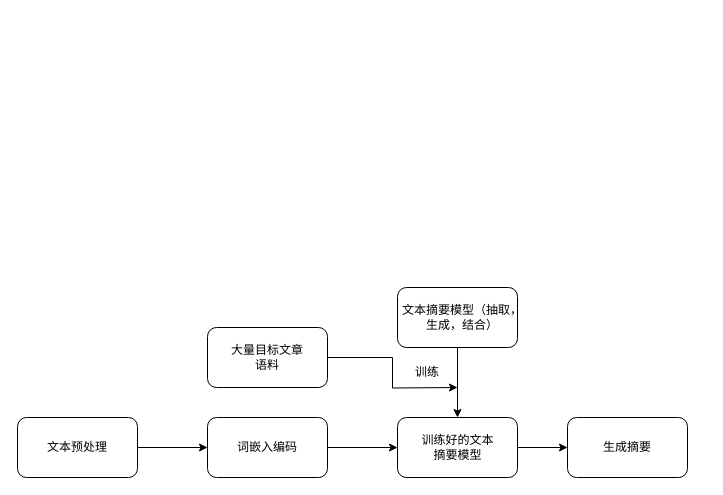
This is 未命名绘图.drawio from wan-wer/test, a draw.io file, before an edit. Source tidied: cells renumbered, new cells numbered last; positions are measured from the earlier drawing's top-left corner, leaving out a move shared by most shapes. Both pictures are drawn from the tidied source at 100%, with x=0, y=0 at pixel (17, 287).
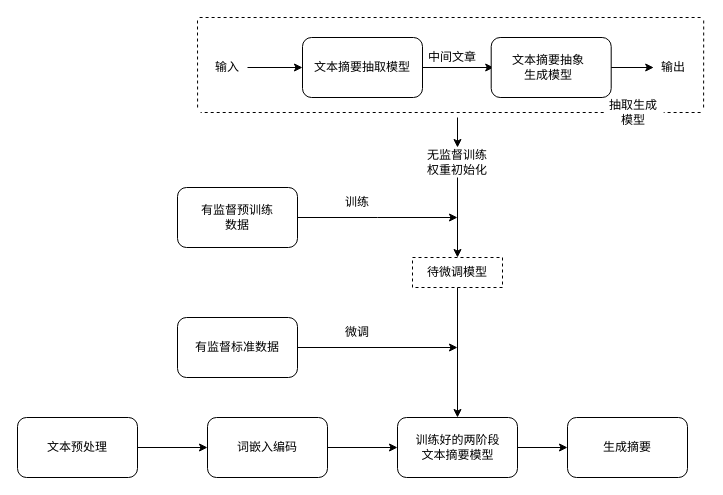
The same page after the edit.

Commit message:
摘要生成流程.drawio

The change refers to these unchanged cells:
```xml
<mxCell id="6" style="rounded=1;whiteSpace=wrap;html=1;" parent="1" vertex="1">
  <mxGeometry x="380" y="130" width="120" height="60" as="geometry" />
</mxCell>
```

Change to the diagram source:
```diff
@@
     <mxCell id="2" style="edgeStyle=orthogonalEdgeStyle;rounded=0;jettySize=auto;html=1;" parent="1" edge="1" source="3">
       <mxGeometry relative="1" as="geometry">
-        <mxPoint x="440" y="100" as="targetPoint" />
+        <mxPoint x="440" y="-70" as="targetPoint" />
       </mxGeometry>
     </mxCell>
     <mxCell id="3" style="rounded=1;whiteSpace=wrap;html=1;" parent="1" vertex="1">
-      <mxGeometry x="190" y="40" width="120" height="60" as="geometry" />
+      <mxGeometry x="160" y="-100" width="120" height="60" as="geometry" />
     </mxCell>
@@
-    <mxCell id="11" style="edgeStyle=orthogonalEdgeStyle;rounded=0;jettySize=auto;html=1;entryX=0.5;entryY=0;entryDx=0;entryDy=0;" parent="1" edge="1" source="12" target="6">
-      <mxGeometry relative="1" as="geometry" />
-    </mxCell>
+    <mxCell id="20" style="edgeStyle=orthogonalEdgeStyle;rounded=0;jettySize=auto;html=1;entryX=0;entryY=0.5;entryDx=0;entryDy=0;" parent="1" edge="1" source="12" target="22">
+      <mxGeometry relative="1" as="geometry" />
+    </mxCell>
     <mxCell id="12" style="rounded=1;whiteSpace=wrap;html=1;" parent="1" vertex="1">
-      <mxGeometry x="380" width="120" height="60" as="geometry" />
+      <mxGeometry x="285" y="-250" width="120" height="60" as="geometry" />
     </mxCell>
-    <mxCell id="13" value="文本摘要模型（抽取，生成，结合）" style="text;html=1;strokeColor=none;fillColor=none;align=center;verticalAlign=middle;whiteSpace=wrap;rounded=0;" parent="1" vertex="1">
-      <mxGeometry x="380" y="15" width="130" height="30" as="geometry" />
+    <mxCell id="13" value="文本摘要抽取模型" style="text;html=1;strokeColor=none;fillColor=none;align=center;verticalAlign=middle;whiteSpace=wrap;rounded=0;" parent="1" vertex="1">
+      <mxGeometry x="290" y="-235" width="110" height="30" as="geometry" />
     </mxCell>
-    <mxCell id="14" value="大量目标文章语料" style="text;html=1;strokeColor=none;fillColor=none;align=center;verticalAlign=middle;whiteSpace=wrap;rounded=0;" parent="1" vertex="1">
-      <mxGeometry x="210" y="55" width="80" height="30" as="geometry" />
+    <mxCell id="14" value="有监督预训练数据" style="text;html=1;strokeColor=none;fillColor=none;align=center;verticalAlign=middle;whiteSpace=wrap;rounded=0;" parent="1" vertex="1">
+      <mxGeometry x="180" y="-85" width="80" height="30" as="geometry" />
     </mxCell>
@@
-    <mxCell id="17" value="训练好的文本摘要模型" style="text;html=1;strokeColor=none;fillColor=none;align=center;verticalAlign=middle;whiteSpace=wrap;rounded=0;" parent="1" vertex="1">
-      <mxGeometry x="397.5" y="145" width="85" height="30" as="geometry" />
+    <mxCell id="17" value="训练好的两阶段文本摘要模型" style="text;html=1;strokeColor=none;fillColor=none;align=center;verticalAlign=middle;whiteSpace=wrap;rounded=0;" parent="1" vertex="1">
+      <mxGeometry x="393.8" y="145" width="92.5" height="30" as="geometry" />
     </mxCell>
@@
     <mxCell id="19" value="训练" style="text;html=1;strokeColor=none;fillColor=none;align=center;verticalAlign=middle;whiteSpace=wrap;rounded=0;" parent="1" vertex="1">
-      <mxGeometry x="380" y="70" width="60" height="30" as="geometry" />
+      <mxGeometry x="310" y="-100" width="60" height="30" as="geometry" />
     </mxCell>
+    <mxCell id="21" style="rounded=1;whiteSpace=wrap;html=1;" parent="1" vertex="1">
+      <mxGeometry x="473.7" y="-250" width="120" height="60" as="geometry" />
+    </mxCell>
+    <mxCell id="22" value="文本摘要抽象&lt;br&gt;生成模型" style="text;html=1;strokeColor=none;fillColor=none;align=center;verticalAlign=middle;whiteSpace=wrap;rounded=0;" parent="1" vertex="1">
+      <mxGeometry x="476.2" y="-235" width="110" height="30" as="geometry" />
+    </mxCell>
+    <mxCell id="23" style="endArrow=classic;html=1;rounded=0;" parent="1" edge="1">
+      <mxGeometry relative="1" as="geometry">
+        <mxPoint x="230" y="-220" as="sourcePoint" />
+        <mxPoint x="285" y="-220" as="targetPoint" />
+      </mxGeometry>
+    </mxCell>
+    <mxCell id="24" style="endArrow=classic;html=1;rounded=0;startArrow=none;" parent="1" edge="1" target="22">
+      <mxGeometry relative="1" as="geometry">
+        <mxPoint x="476.2" y="-226.5" as="sourcePoint" />
+      </mxGeometry>
+    </mxCell>
+    <mxCell id="25" style="endArrow=classic;html=1;rounded=0;exitX=1;exitY=0.5;exitDx=0;exitDy=0;" parent="1" edge="1" source="21">
+      <mxGeometry relative="1" as="geometry">
+        <mxPoint x="636.2" y="-220" as="targetPoint" />
+      </mxGeometry>
+    </mxCell>
+    <mxCell id="26" value="输入" style="text;html=1;strokeColor=none;fillColor=none;align=center;verticalAlign=middle;whiteSpace=wrap;rounded=0;" parent="1" vertex="1">
+      <mxGeometry x="180" y="-235" width="60" height="30" as="geometry" />
+    </mxCell>
+    <mxCell id="27" value="输出" style="text;html=1;strokeColor=none;fillColor=none;align=center;verticalAlign=middle;whiteSpace=wrap;rounded=0;" parent="1" vertex="1">
+      <mxGeometry x="626.2" y="-235" width="60" height="30" as="geometry" />
+    </mxCell>
+    <mxCell id="28" value="中间文章" style="text;html=1;strokeColor=none;fillColor=none;align=center;verticalAlign=middle;whiteSpace=wrap;rounded=0;" parent="1" vertex="1">
+      <mxGeometry x="405" y="-245" width="60" height="30" as="geometry" />
+    </mxCell>
+    <mxCell id="29" style="endArrow=none;dashed=1;html=1;rounded=0;" parent="1" edge="1">
+      <mxGeometry relative="1" as="geometry">
+        <mxPoint x="180.1" y="-180" as="sourcePoint" />
+        <mxPoint x="180" y="-267.5" as="targetPoint" />
+      </mxGeometry>
+    </mxCell>
+    <mxCell id="30" style="endArrow=none;dashed=1;html=1;rounded=0;" parent="1" edge="1">
+      <mxGeometry relative="1" as="geometry">
+        <mxPoint x="686.1" y="-180" as="sourcePoint" />
+        <mxPoint x="686.2" y="-267.5" as="targetPoint" />
+      </mxGeometry>
+    </mxCell>
+    <mxCell id="31" style="endArrow=none;dashed=1;html=1;rounded=0;startArrow=none;" parent="1" edge="1" source="33">
+      <mxGeometry relative="1" as="geometry">
+        <mxPoint x="183.1" y="-175" as="targetPoint" />
+      </mxGeometry>
+    </mxCell>
+    <mxCell id="32" style="endArrow=none;dashed=1;html=1;rounded=0;" parent="1" edge="1">
+      <mxGeometry relative="1" as="geometry">
+        <mxPoint x="683.1" y="-270" as="sourcePoint" />
+        <mxPoint x="180" y="-270" as="targetPoint" />
+      </mxGeometry>
+    </mxCell>
+    <mxCell id="33" value="抽取生成模型" style="text;html=1;strokeColor=none;fillColor=none;align=center;verticalAlign=middle;whiteSpace=wrap;rounded=0;" parent="1" vertex="1">
+      <mxGeometry x="586.2" y="-190" width="60" height="30" as="geometry" />
+    </mxCell>
+    <mxCell id="34" style="endArrow=none;dashed=1;html=1;rounded=0;" parent="1" edge="1" target="33">
+      <mxGeometry relative="1" as="geometry">
+        <mxPoint x="683.1" y="-175" as="sourcePoint" />
+      </mxGeometry>
+    </mxCell>
+    <mxCell id="35" value="无监督训练权重初始化" style="text;html=1;strokeColor=none;fillColor=none;align=center;verticalAlign=middle;whiteSpace=wrap;rounded=0;" parent="1" vertex="1">
+      <mxGeometry x="405" y="-140" width="70" height="30" as="geometry" />
+    </mxCell>
+    <mxCell id="36" style="edgeStyle=orthogonalEdgeStyle;rounded=0;orthogonalLoop=1;jettySize=auto;html=1;" parent="1" edge="1">
+      <mxGeometry relative="1" as="geometry">
+        <mxPoint x="280" y="60" as="sourcePoint" />
+        <mxPoint x="440" y="60" as="targetPoint" />
+      </mxGeometry>
+    </mxCell>
+    <mxCell id="37" style="rounded=1;whiteSpace=wrap;html=1;" parent="1" vertex="1">
+      <mxGeometry x="160" y="30" width="120" height="60" as="geometry" />
+    </mxCell>
+    <mxCell id="38" value="有监督标准数据" style="text;html=1;strokeColor=none;fillColor=none;align=center;verticalAlign=middle;whiteSpace=wrap;rounded=0;" parent="1" vertex="1">
+      <mxGeometry x="175" y="45" width="90" height="30" as="geometry" />
+    </mxCell>
+    <mxCell id="39" value="微调" style="text;html=1;strokeColor=none;fillColor=none;align=center;verticalAlign=middle;whiteSpace=wrap;rounded=0;" parent="1" vertex="1">
+      <mxGeometry x="310" y="30" width="60" height="30" as="geometry" />
+    </mxCell>
+    <mxCell id="40" style="endArrow=classic;html=1;rounded=0;" parent="1" edge="1">
+      <mxGeometry relative="1" as="geometry">
+        <mxPoint x="440" y="-170" as="sourcePoint" />
+        <mxPoint x="440" y="-140" as="targetPoint" />
+      </mxGeometry>
+    </mxCell>
+    <mxCell id="41" style="endArrow=classic;html=1;rounded=0;exitX=0.5;exitY=1;exitDx=0;exitDy=0;" parent="1" edge="1" source="35">
+      <mxGeometry relative="1" as="geometry">
+        <mxPoint x="440" y="-30" as="targetPoint" />
+      </mxGeometry>
+    </mxCell>
+    <mxCell id="42" value="待微调模型" style="text;html=1;strokeColor=default;fillColor=none;align=center;verticalAlign=middle;whiteSpace=wrap;rounded=0;dashed=1;" parent="1" vertex="1">
+      <mxGeometry x="395" y="-30" width="90" height="30" as="geometry" />
+    </mxCell>
+    <mxCell id="43" style="endArrow=classic;html=1;rounded=0;exitX=0.5;exitY=1;exitDx=0;exitDy=0;entryX=0.5;entryY=0;entryDx=0;entryDy=0;" parent="1" edge="1" source="42" target="6">
+      <mxGeometry relative="1" as="geometry" />
+    </mxCell>
```
